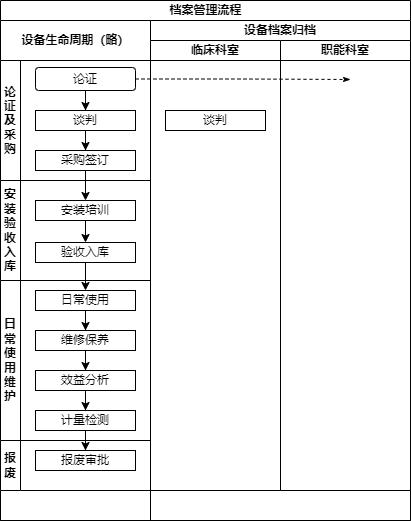
The draw.io diagram 档案管理流程.png in CN-DXTZ/CLRS, before a commit. Source tidied: cells renumbered, new cells last; positions are measured from the earlier drawing's top-left corner, leaving out a move shared by most shapes.
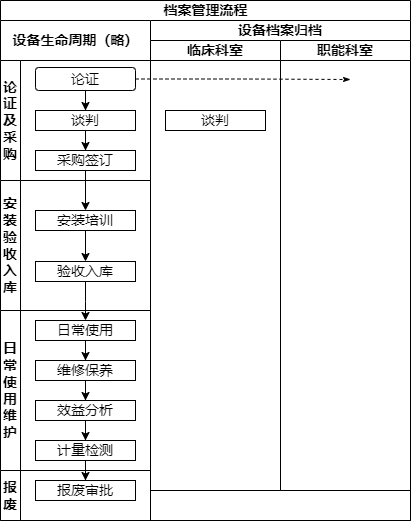
The same file after the commit.

Commit message:
更新档案管理流程.png

What changed in the source:
```diff
@@ -2,101 +2,99 @@
   <root>
     <mxCell id="0" />
     <mxCell id="1" parent="0" />
-    <mxCell id="2" value="档案管理流程" style="swimlane;html=1;startSize=20;rounded=0;shadow=0;labelBackgroundColor=none;strokeWidth=1;fontFamily=Verdana;fontSize=8;align=center;" parent="1" vertex="1">
+    <mxCell id="2" value="档案管理流程" style="swimlane;html=1;startSize=20;rounded=0;shadow=0;labelBackgroundColor=none;strokeWidth=1;fontFamily=Verdana;fontSize=14;align=center;" parent="1" vertex="1">
       <mxGeometry width="410" height="520" as="geometry" />
     </mxCell>
-    <mxCell id="3" style="edgeStyle=orthogonalEdgeStyle;rounded=1;html=1;labelBackgroundColor=none;startArrow=none;startFill=0;startSize=5;endArrow=classicThin;endFill=1;endSize=5;jettySize=auto;strokeWidth=1;fontFamily=Verdana;fontSize=8;dashed=1;" parent="2" edge="1" source="6">
+    <mxCell id="3" style="edgeStyle=orthogonalEdgeStyle;rounded=1;html=1;labelBackgroundColor=none;startArrow=none;startFill=0;startSize=5;endArrow=classicThin;endFill=1;endSize=5;jettySize=auto;strokeWidth=1;fontFamily=Verdana;fontSize=14;dashed=1;" parent="2" edge="1" source="6">
       <mxGeometry relative="1" as="geometry">
         <mxPoint x="350" y="79" as="targetPoint" />
       </mxGeometry>
     </mxCell>
-    <mxCell id="4" value="设备生命周期（略）" style="swimlane;html=1;startSize=40;align=center;" parent="2" vertex="1">
+    <mxCell id="4" value="设备生命周期（略）" style="swimlane;html=1;startSize=40;align=center;fontSize=14;" parent="2" vertex="1">
       <mxGeometry y="20" width="150" height="500" as="geometry" />
     </mxCell>
-    <mxCell id="5" value="&lt;p class=&quot;MsoNormal&quot;&gt;论证及采购&lt;/p&gt;" style="swimlane;whiteSpace=wrap;html=1;startSize=20;direction=north;" parent="4" vertex="1">
+    <mxCell id="5" value="&lt;p class=&quot;MsoNormal&quot; style=&quot;font-size: 14px;&quot;&gt;论证及采购&lt;/p&gt;" style="swimlane;whiteSpace=wrap;html=1;startSize=20;direction=north;fontSize=14;" parent="4" vertex="1">
       <mxGeometry y="40" width="150" height="120" as="geometry" />
     </mxCell>
-    <mxCell id="6" value="论证" style="rounded=1;whiteSpace=wrap;html=1;shadow=0;labelBackgroundColor=none;strokeWidth=1;fontFamily=Verdana;fontSize=8;align=center;verticalAlign=middle;" parent="5" vertex="1">
+    <mxCell id="6" value="论证" style="rounded=1;whiteSpace=wrap;html=1;shadow=0;labelBackgroundColor=none;strokeWidth=1;fontFamily=Verdana;fontSize=14;align=center;verticalAlign=middle;" parent="5" vertex="1">
       <mxGeometry x="35" y="7" width="100" height="23" as="geometry" />
     </mxCell>
-    <mxCell id="7" value="谈判&lt;br&gt;" style="rounded=0;whiteSpace=wrap;html=1;" parent="5" vertex="1">
+    <mxCell id="7" value="谈判&lt;br style=&quot;font-size: 14px;&quot;&gt;" style="rounded=0;whiteSpace=wrap;html=1;fontSize=14;" parent="5" vertex="1">
       <mxGeometry x="35" y="50" width="100" height="20" as="geometry" />
     </mxCell>
-    <mxCell id="8" style="edgeStyle=orthogonalEdgeStyle;rounded=0;orthogonalLoop=1;jettySize=auto;html=1;exitX=0.5;exitY=1;exitDx=0;exitDy=0;" parent="5" edge="1" source="7" target="7">
+    <mxCell id="8" style="edgeStyle=orthogonalEdgeStyle;rounded=0;orthogonalLoop=1;jettySize=auto;html=1;exitX=0.5;exitY=1;exitDx=0;exitDy=0;fontSize=14;" parent="5" edge="1" source="7" target="7">
       <mxGeometry relative="1" as="geometry" />
     </mxCell>
-    <mxCell id="9" style="edgeStyle=orthogonalEdgeStyle;rounded=0;jettySize=auto;html=1;entryX=0.5;entryY=0;entryDx=0;entryDy=0;" parent="5" edge="1" source="6" target="7">
+    <mxCell id="9" style="edgeStyle=orthogonalEdgeStyle;rounded=0;jettySize=auto;html=1;entryX=0.5;entryY=0;entryDx=0;entryDy=0;fontSize=14;" parent="5" edge="1" source="6" target="7">
       <mxGeometry relative="1" as="geometry" />
     </mxCell>
-    <mxCell id="10" value="采购签订" style="rounded=0;whiteSpace=wrap;html=1;" parent="5" vertex="1">
+    <mxCell id="10" value="采购签订" style="rounded=0;whiteSpace=wrap;html=1;fontSize=14;" parent="5" vertex="1">
       <mxGeometry x="35" y="90" width="100" height="20" as="geometry" />
     </mxCell>
-    <mxCell id="11" style="edgeStyle=orthogonalEdgeStyle;rounded=0;jettySize=auto;html=1;entryX=0.5;entryY=0;entryDx=0;entryDy=0;" parent="5" edge="1" source="7" target="10">
+    <mxCell id="11" style="edgeStyle=orthogonalEdgeStyle;rounded=0;jettySize=auto;html=1;entryX=0.5;entryY=0;entryDx=0;entryDy=0;fontSize=14;" parent="5" edge="1" source="7" target="10">
       <mxGeometry relative="1" as="geometry" />
     </mxCell>
-    <mxCell id="12" value="&lt;p class=&quot;MsoNormal&quot;&gt;安装验收入库&lt;/p&gt;" style="swimlane;whiteSpace=wrap;html=1;direction=north;startSize=20;" parent="4" vertex="1">
-      <mxGeometry y="160" width="150" height="100" as="geometry" />
+    <mxCell id="12" value="&lt;p class=&quot;MsoNormal&quot; style=&quot;font-size: 14px;&quot;&gt;安装验收入库&lt;/p&gt;" style="swimlane;whiteSpace=wrap;html=1;direction=north;startSize=20;fontSize=14;" parent="4" vertex="1">
+      <mxGeometry y="160" width="150" height="130" as="geometry" />
     </mxCell>
-    <mxCell id="13" style="edgeStyle=orthogonalEdgeStyle;rounded=0;jettySize=auto;html=1;entryX=0.5;entryY=0;entryDx=0;entryDy=0;" parent="12" edge="1" source="14" target="15">
+    <mxCell id="13" style="edgeStyle=orthogonalEdgeStyle;rounded=0;jettySize=auto;html=1;entryX=0.5;entryY=0;entryDx=0;entryDy=0;fontSize=14;" parent="12" edge="1" source="14" target="15">
       <mxGeometry relative="1" as="geometry" />
     </mxCell>
-    <mxCell id="14" value="安装培训" style="rounded=0;whiteSpace=wrap;html=1;" parent="12" vertex="1">
-      <mxGeometry x="35" y="20" width="100" height="20" as="geometry" />
+    <mxCell id="14" value="安装培训" style="rounded=0;whiteSpace=wrap;html=1;fontSize=14;" parent="12" vertex="1">
+      <mxGeometry x="35" y="30" width="100" height="20" as="geometry" />
     </mxCell>
-    <mxCell id="15" value="验收入库" style="rounded=0;whiteSpace=wrap;html=1;" parent="12" vertex="1">
-      <mxGeometry x="35" y="62" width="100" height="20" as="geometry" />
+    <mxCell id="15" value="验收入库" style="rounded=0;whiteSpace=wrap;html=1;fontSize=14;" parent="12" vertex="1">
+      <mxGeometry x="35" y="81" width="100" height="20" as="geometry" />
     </mxCell>
-    <mxCell id="16" value="&lt;p class=&quot;MsoNormal&quot;&gt;日常使用维护&lt;/p&gt;" style="swimlane;whiteSpace=wrap;html=1;direction=north;startSize=20;" parent="4" vertex="1">
-      <mxGeometry y="260" width="150" height="160" as="geometry" />
+    <mxCell id="16" value="&lt;p class=&quot;MsoNormal&quot; style=&quot;font-size: 14px;&quot;&gt;日常使用维护&lt;/p&gt;" style="swimlane;whiteSpace=wrap;html=1;direction=north;startSize=20;fontSize=14;" parent="4" vertex="1">
+      <mxGeometry y="290" width="150" height="160" as="geometry" />
     </mxCell>
-    <mxCell id="17" style="edgeStyle=orthogonalEdgeStyle;rounded=0;jettySize=auto;html=1;entryX=0.5;entryY=0;entryDx=0;entryDy=0;" parent="16" edge="1" source="18" target="19">
+    <mxCell id="17" style="edgeStyle=orthogonalEdgeStyle;rounded=0;jettySize=auto;html=1;entryX=0.5;entryY=0;entryDx=0;entryDy=0;fontSize=14;" parent="16" edge="1" source="18" target="19">
       <mxGeometry relative="1" as="geometry" />
     </mxCell>
-    <mxCell id="18" value="日常使用" style="rounded=0;whiteSpace=wrap;html=1;" parent="16" vertex="1">
+    <mxCell id="18" value="日常使用" style="rounded=0;whiteSpace=wrap;html=1;fontSize=14;" parent="16" vertex="1">
       <mxGeometry x="35" y="10" width="100" height="20" as="geometry" />
     </mxCell>
-    <mxCell id="19" value="维修保养" style="rounded=0;whiteSpace=wrap;html=1;" parent="16" vertex="1">
+    <mxCell id="19" value="维修保养" style="rounded=0;whiteSpace=wrap;html=1;fontSize=14;" parent="16" vertex="1">
       <mxGeometry x="35" y="50" width="100" height="20" as="geometry" />
     </mxCell>
-    <mxCell id="20" value="效益分析" style="rounded=0;whiteSpace=wrap;html=1;" parent="16" vertex="1">
+    <mxCell id="20" value="效益分析" style="rounded=0;whiteSpace=wrap;html=1;fontSize=14;" parent="16" vertex="1">
       <mxGeometry x="35" y="90" width="100" height="20" as="geometry" />
     </mxCell>
-    <mxCell id="21" value="计量检测" style="rounded=0;whiteSpace=wrap;html=1;" parent="16" vertex="1">
+    <mxCell id="21" value="计量检测" style="rounded=0;whiteSpace=wrap;html=1;fontSize=14;" parent="16" vertex="1">
       <mxGeometry x="35" y="130" width="100" height="20" as="geometry" />
     </mxCell>
-    <mxCell id="22" style="edgeStyle=orthogonalEdgeStyle;rounded=0;jettySize=auto;html=1;entryX=0.5;entryY=0;entryDx=0;entryDy=0;" parent="16" edge="1" source="19" target="20">
+    <mxCell id="22" style="edgeStyle=orthogonalEdgeStyle;rounded=0;jettySize=auto;html=1;entryX=0.5;entryY=0;entryDx=0;entryDy=0;fontSize=14;" parent="16" edge="1" source="19" target="20">
       <mxGeometry relative="1" as="geometry" />
     </mxCell>
-    <mxCell id="23" style="edgeStyle=orthogonalEdgeStyle;rounded=0;jettySize=auto;html=1;entryX=0.5;entryY=0;entryDx=0;entryDy=0;" parent="16" edge="1" source="20" target="21">
+    <mxCell id="23" style="edgeStyle=orthogonalEdgeStyle;rounded=0;jettySize=auto;html=1;entryX=0.5;entryY=0;entryDx=0;entryDy=0;fontSize=14;" parent="16" edge="1" source="20" target="21">
       <mxGeometry relative="1" as="geometry" />
     </mxCell>
-    <mxCell id="24" value="报废" style="swimlane;whiteSpace=wrap;html=1;direction=north;startSize=20;" parent="4" vertex="1">
-      <mxGeometry y="420" width="150" height="50" as="geometry" />
+    <mxCell id="24" value="报废" style="swimlane;whiteSpace=wrap;html=1;direction=north;startSize=20;fontSize=14;" parent="4" vertex="1">
+      <mxGeometry y="450" width="150" height="50" as="geometry" />
     </mxCell>
-    <mxCell id="25" value="报废审批" style="rounded=0;whiteSpace=wrap;html=1;" parent="24" vertex="1">
+    <mxCell id="25" value="报废审批" style="rounded=0;whiteSpace=wrap;html=1;fontSize=14;" parent="24" vertex="1">
       <mxGeometry x="35" y="10" width="100" height="20" as="geometry" />
     </mxCell>
-    <mxCell id="26" style="edgeStyle=orthogonalEdgeStyle;rounded=0;jettySize=auto;html=1;" parent="4" edge="1" source="10" target="14">
+    <mxCell id="26" style="edgeStyle=orthogonalEdgeStyle;rounded=0;jettySize=auto;html=1;fontSize=14;" parent="4" edge="1" source="10" target="14">
       <mxGeometry relative="1" as="geometry" />
     </mxCell>
-    <mxCell id="27" style="edgeStyle=orthogonalEdgeStyle;rounded=0;jettySize=auto;html=1;" parent="4" edge="1" source="15">
-      <mxGeometry relative="1" as="geometry">
-        <mxPoint x="85" y="270" as="targetPoint" />
-      </mxGeometry>
+    <mxCell id="27" style="edgeStyle=orthogonalEdgeStyle;rounded=0;jettySize=auto;html=1;fontSize=14;entryX=0.5;entryY=0;entryDx=0;entryDy=0;" parent="4" edge="1" source="15" target="18">
+      <mxGeometry relative="1" as="geometry" />
     </mxCell>
-    <mxCell id="28" style="edgeStyle=orthogonalEdgeStyle;rounded=0;jettySize=auto;html=1;entryX=0.5;entryY=0;entryDx=0;entryDy=0;" parent="4" edge="1" source="21" target="25">
+    <mxCell id="28" style="edgeStyle=orthogonalEdgeStyle;rounded=0;jettySize=auto;html=1;entryX=0.5;entryY=0;entryDx=0;entryDy=0;fontSize=14;" parent="4" edge="1" source="21" target="25">
       <mxGeometry relative="1" as="geometry" />
     </mxCell>
-    <mxCell id="29" value="设备档案归档" style="swimlane;whiteSpace=wrap;html=1;startSize=20;" parent="2" vertex="1">
+    <mxCell id="29" value="设备档案归档" style="swimlane;whiteSpace=wrap;html=1;startSize=20;fontSize=14;" parent="2" vertex="1">
       <mxGeometry x="150" y="20" width="260" height="500" as="geometry" />
     </mxCell>
-    <mxCell id="30" value="临床科室" style="swimlane;whiteSpace=wrap;html=1;startSize=20;" parent="29" vertex="1">
+    <mxCell id="30" value="临床科室" style="swimlane;whiteSpace=wrap;html=1;startSize=20;fontSize=14;" parent="29" vertex="1">
       <mxGeometry y="20" width="130" height="450" as="geometry" />
     </mxCell>
-    <mxCell id="31" value="谈判&lt;br&gt;" style="rounded=0;whiteSpace=wrap;html=1;" parent="30" vertex="1">
+    <mxCell id="31" value="谈判&lt;br style=&quot;font-size: 14px;&quot;&gt;" style="rounded=0;whiteSpace=wrap;html=1;fontSize=14;" parent="30" vertex="1">
       <mxGeometry x="15" y="70" width="100" height="20" as="geometry" />
     </mxCell>
-    <mxCell id="32" value="职能科室" style="swimlane;whiteSpace=wrap;html=1;startSize=20;" parent="29" vertex="1">
+    <mxCell id="32" value="职能科室" style="swimlane;whiteSpace=wrap;html=1;startSize=20;fontSize=14;" parent="29" vertex="1">
       <mxGeometry x="130" y="20" width="130" height="450" as="geometry" />
     </mxCell>
   </root>
```
